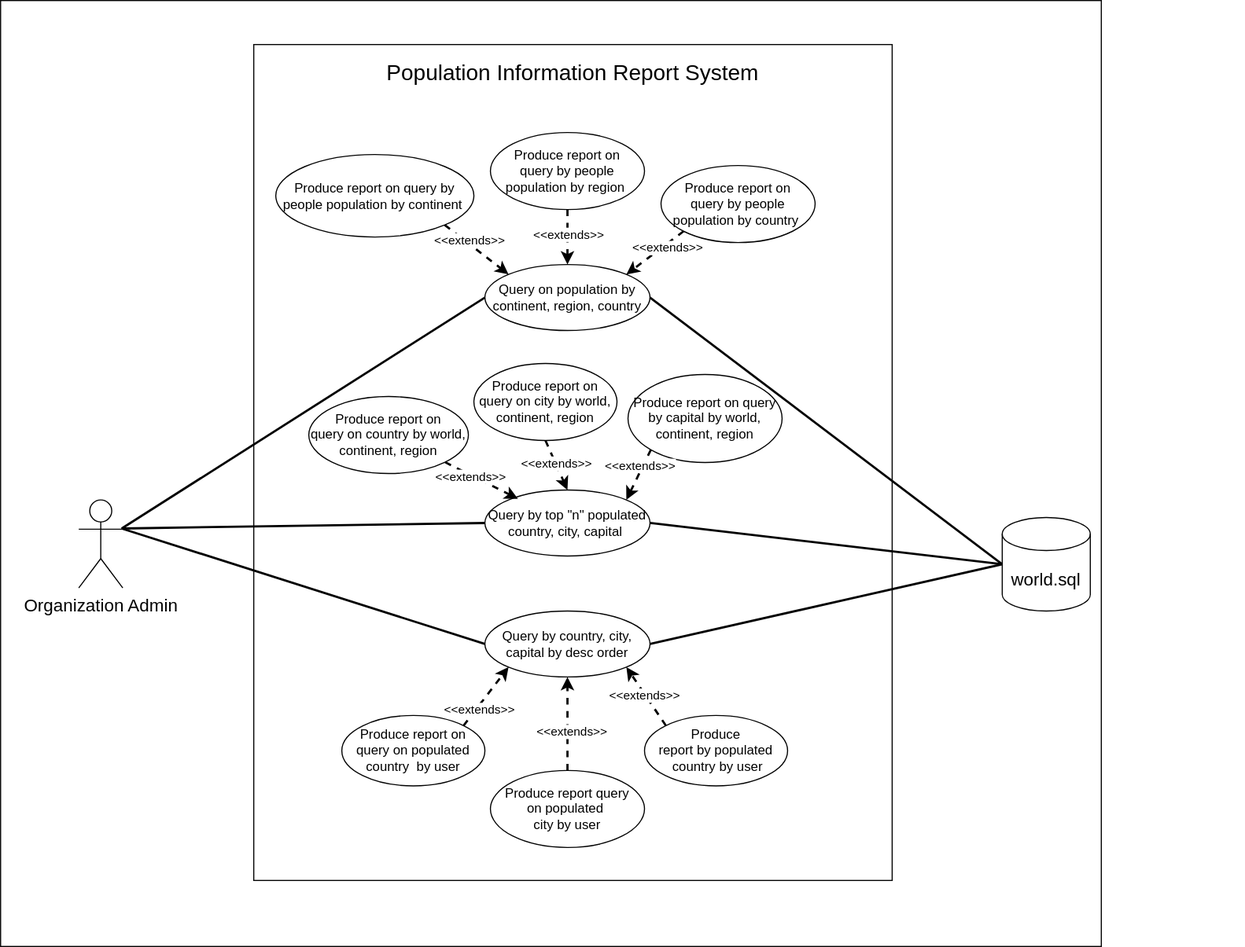
Before: ProjectGroup4_UML.svg, a diagram exported from draw.io (Saw-Yu-Nandar/DevOps_gp4). Source tidied: cells renumbered, new cells last; positions are measured from the earlier drawing's top-left corner, leaving out a move shared by most shapes.
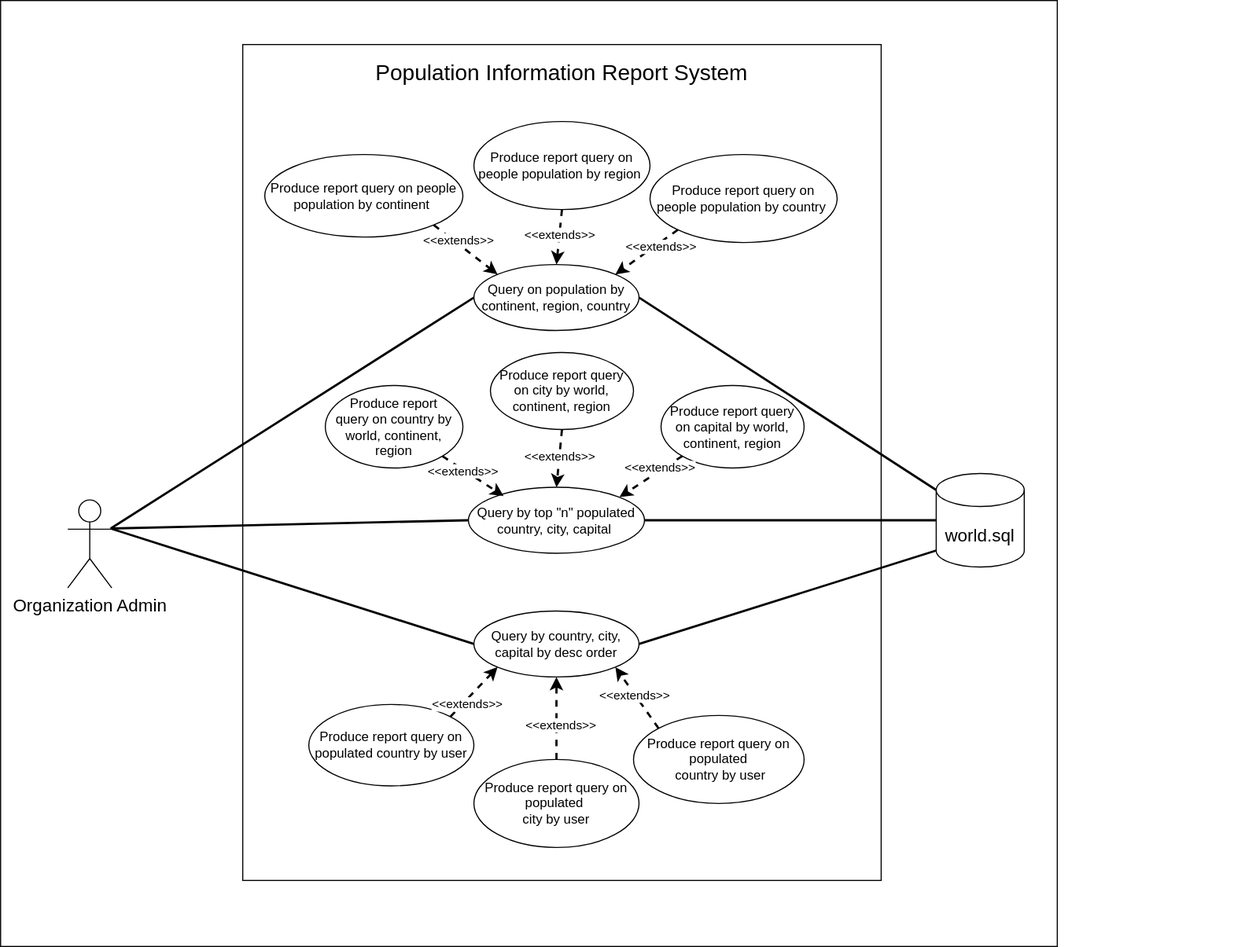
The same file after the commit.

Change to the diagram source:
```diff
@@ -3,7 +3,7 @@
     <mxCell id="0" />
     <mxCell id="1" parent="0" />
     <mxCell id="2" style="rounded=0;whiteSpace=wrap;html=1;fontSize=16;fillColor=none;" parent="1" vertex="1">
-      <mxGeometry width="1000" height="860" as="geometry" />
+      <mxGeometry x="10" width="960" height="860" as="geometry" />
     </mxCell>
     <mxCell id="3" value="Organization Admin" style="shape=umlActor;verticalLabelPosition=bottom;verticalAlign=top;html=1;fontSize=16;" parent="1" vertex="1">
       <mxGeometry x="71" y="454" width="40" height="80" as="geometry" />
@@ -15,43 +15,43 @@
       <mxGeometry x="230" y="40" width="580" height="50" as="geometry" />
     </mxCell>
     <mxCell id="6" value="world.sql" style="shape=cylinder3;whiteSpace=wrap;html=1;boundedLbl=1;backgroundOutline=1;size=15;fontSize=16;" parent="1" vertex="1">
-      <mxGeometry x="910" y="470" width="80" height="85" as="geometry" />
+      <mxGeometry x="860" y="430" width="80" height="85" as="geometry" />
     </mxCell>
     <mxCell id="7" value="Query by country, city, capital by desc order" style="ellipse;whiteSpace=wrap;html=1;fontSize=12;" parent="1" vertex="1">
       <mxGeometry x="440" y="555" width="150" height="60" as="geometry" />
     </mxCell>
     <mxCell id="8" value="Query by top &quot;n&quot; populated country, city, capital&amp;nbsp;" style="ellipse;whiteSpace=wrap;html=1;fontSize=12;" parent="1" vertex="1">
-      <mxGeometry x="440" y="445" width="150" height="60" as="geometry" />
+      <mxGeometry x="435" y="442.5" width="160" height="60" as="geometry" />
     </mxCell>
     <mxCell id="9" value="Query on population by continent, region, country" style="ellipse;whiteSpace=wrap;html=1;fontSize=12;" parent="1" vertex="1">
       <mxGeometry x="440" y="240" width="150" height="60" as="geometry" />
     </mxCell>
-    <mxCell id="10" value="Produce report&amp;nbsp;by&amp;nbsp;populated&lt;br&gt;&amp;nbsp;country by user" style="ellipse;whiteSpace=wrap;html=1;fontSize=12;" parent="1" vertex="1">
-      <mxGeometry x="585" y="650" width="130" height="64" as="geometry" />
+    <mxCell id="10" value="Produce report query on populated&lt;br&gt;&amp;nbsp;country by user" style="ellipse;whiteSpace=wrap;html=1;fontSize=12;" parent="1" vertex="1">
+      <mxGeometry x="585" y="650" width="155" height="80" as="geometry" />
     </mxCell>
-    <mxCell id="11" value="Produce report on query&amp;nbsp;by people population by continent&amp;nbsp;" style="ellipse;whiteSpace=wrap;html=1;fontSize=12;" parent="1" vertex="1">
+    <mxCell id="11" value="Produce report query&amp;nbsp;on people population by continent&amp;nbsp;" style="ellipse;whiteSpace=wrap;html=1;fontSize=12;" parent="1" vertex="1">
       <mxGeometry x="250" y="140" width="180" height="75" as="geometry" />
     </mxCell>
-    <mxCell id="12" value="Produce report on query&amp;nbsp;by people population by region&amp;nbsp;" style="ellipse;whiteSpace=wrap;html=1;fontSize=12;" parent="1" vertex="1">
-      <mxGeometry x="445" y="120" width="140" height="70" as="geometry" />
+    <mxCell id="12" value="Produce report query&amp;nbsp;on people population by region&amp;nbsp;" style="ellipse;whiteSpace=wrap;html=1;fontSize=12;" parent="1" vertex="1">
+      <mxGeometry x="440" y="110" width="160" height="80" as="geometry" />
     </mxCell>
-    <mxCell id="13" value="Produce report on query&amp;nbsp;by people population by country&amp;nbsp;" style="ellipse;whiteSpace=wrap;html=1;fontSize=12;" parent="1" vertex="1">
-      <mxGeometry x="600" y="150" width="140" height="70" as="geometry" />
+    <mxCell id="13" value="Produce report query&amp;nbsp;on people population by country&amp;nbsp;" style="ellipse;whiteSpace=wrap;html=1;fontSize=12;" parent="1" vertex="1">
+      <mxGeometry x="600" y="140" width="170" height="80" as="geometry" />
     </mxCell>
-    <mxCell id="14" value="Produce report on query&amp;nbsp;on country by world, continent, region" style="ellipse;whiteSpace=wrap;html=1;fontSize=12;" parent="1" vertex="1">
-      <mxGeometry x="280" y="360" width="145" height="70" as="geometry" />
+    <mxCell id="14" value="Produce report query&amp;nbsp;on country by world, continent, region" style="ellipse;whiteSpace=wrap;html=1;fontSize=12;" parent="1" vertex="1">
+      <mxGeometry x="305" y="350" width="125" height="75" as="geometry" />
     </mxCell>
-    <mxCell id="15" value="Produce report on query&amp;nbsp;on city by world, continent, region" style="ellipse;whiteSpace=wrap;html=1;fontSize=12;" parent="1" vertex="1">
-      <mxGeometry x="430" y="330" width="130" height="70" as="geometry" />
+    <mxCell id="15" value="Produce report query on city by world, continent, region" style="ellipse;whiteSpace=wrap;html=1;fontSize=12;" parent="1" vertex="1">
+      <mxGeometry x="455" y="320" width="130" height="70" as="geometry" />
     </mxCell>
-    <mxCell id="16" value="Produce report on query by capital by world, continent, region" style="ellipse;whiteSpace=wrap;html=1;fontSize=12;" parent="1" vertex="1">
-      <mxGeometry x="570" y="340" width="140" height="80" as="geometry" />
+    <mxCell id="16" value="Produce report query on capital by world, continent, region" style="ellipse;whiteSpace=wrap;html=1;fontSize=12;" parent="1" vertex="1">
+      <mxGeometry x="610" y="350" width="130" height="75" as="geometry" />
     </mxCell>
-    <mxCell id="17" value="Produce report on query on populated country &amp;nbsp;by user" style="ellipse;whiteSpace=wrap;html=1;fontSize=12;" parent="1" vertex="1">
-      <mxGeometry x="310" y="650" width="130" height="64" as="geometry" />
+    <mxCell id="17" value="Produce report query on populated country by user" style="ellipse;whiteSpace=wrap;html=1;fontSize=12;" parent="1" vertex="1">
+      <mxGeometry x="290" y="640" width="150" height="74" as="geometry" />
     </mxCell>
-    <mxCell id="18" value="Produce report query on&amp;nbsp;populated&amp;nbsp;&lt;br&gt;city by user" style="ellipse;whiteSpace=wrap;html=1;fontSize=12;" parent="1" vertex="1">
-      <mxGeometry x="445" y="700" width="140" height="70" as="geometry" />
+    <mxCell id="18" value="Produce report query on populated&amp;nbsp;&lt;br&gt;city by user" style="ellipse;whiteSpace=wrap;html=1;fontSize=12;" parent="1" vertex="1">
+      <mxGeometry x="440" y="690" width="150" height="80" as="geometry" />
     </mxCell>
     <mxCell id="19" style="endArrow=none;html=1;rounded=0;strokeWidth=2;fontSize=16;entryX=0;entryY=0.5;entryDx=0;entryDy=0;" parent="1" edge="1" target="9">
       <mxGeometry relative="1" as="geometry">
@@ -68,13 +68,13 @@
         <mxPoint x="110" y="480" as="sourcePoint" />
       </mxGeometry>
     </mxCell>
-    <mxCell id="22" style="endArrow=none;html=1;rounded=0;strokeWidth=2;fontSize=16;entryX=0;entryY=0.5;entryDx=0;entryDy=0;exitX=1;exitY=0.5;exitDx=0;exitDy=0;entryPerimeter=0;" parent="1" edge="1" source="9" target="6">
+    <mxCell id="22" style="endArrow=none;html=1;rounded=0;strokeWidth=2;fontSize=16;entryX=0;entryY=0;entryDx=0;entryDy=15;exitX=1;exitY=0.5;exitDx=0;exitDy=0;entryPerimeter=0;" parent="1" edge="1" source="9" target="6">
       <mxGeometry relative="1" as="geometry" />
     </mxCell>
     <mxCell id="23" style="endArrow=none;html=1;rounded=0;strokeWidth=2;fontSize=16;exitX=1;exitY=0.5;exitDx=0;exitDy=0;entryX=0;entryY=0.5;entryDx=0;entryDy=0;entryPerimeter=0;" parent="1" edge="1" source="8" target="6">
       <mxGeometry relative="1" as="geometry" />
     </mxCell>
-    <mxCell id="24" style="endArrow=none;html=1;rounded=0;strokeWidth=2;fontSize=16;exitX=1;exitY=0.5;exitDx=0;exitDy=0;entryX=0;entryY=0.5;entryDx=0;entryDy=0;entryPerimeter=0;" parent="1" edge="1" source="7" target="6">
+    <mxCell id="24" style="endArrow=none;html=1;rounded=0;strokeWidth=2;fontSize=16;exitX=1;exitY=0.5;exitDx=0;exitDy=0;entryX=0;entryY=1;entryDx=0;entryDy=-15;entryPerimeter=0;" parent="1" edge="1" source="7" target="6">
       <mxGeometry relative="1" as="geometry" />
     </mxCell>
     <mxCell id="25" style="rounded=0;jettySize=auto;html=1;strokeWidth=2;fontSize=16;dashed=1;entryX=1;entryY=0;entryDx=0;entryDy=0;exitX=0;exitY=1;exitDx=0;exitDy=0;" parent="1" edge="1" source="13" target="9">
```
